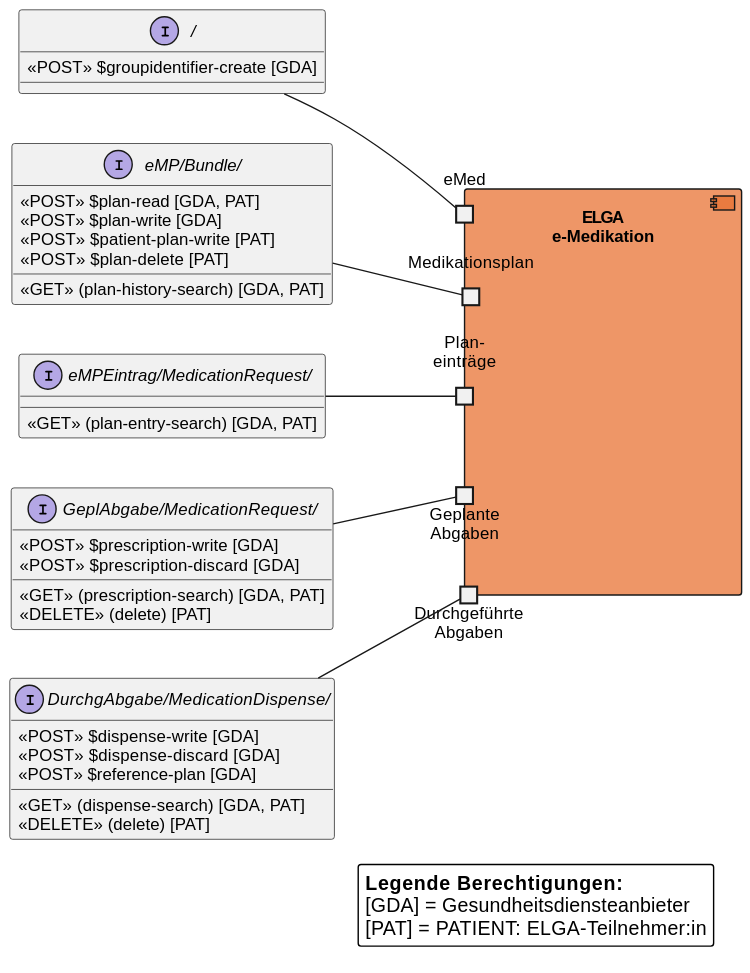
HL7Austria/hl7austria.github.io keeps this PlantUML diagram as r4-ELGA-e-Medikation-main/plantuml/interaction_overview.svg. Above is the earlier version. The source it was exported from:
```plantuml
@startuml
allowmixing




skinparam componentStyle uml2
skinparam packageStyle rectangle

skinparam borderColor #555555
skinparam backgroundColor #FFFFFF
skinparam shadowing false
skinparam roundCorner 4
skinparam defaultFontName "Arial"
skinparam defaultFontSize 12
skinparam defaultFontColor #000000

!define COLOR_EMED_FA  #e97232bd

skinparam component {
  BackgroundColor COLOR_EMED_FA
}

skinparam interface {
}

left to right direction


interface "DurchgAbgabe/MedicationDispense/" as IDurchgAbgabe {
  «GET» (dispense-search) [GDA, PAT]
  «POST» $dispense-write [GDA]
  «POST» $dispense-discard [GDA]
  «POST» $reference-plan [GDA]
  «DELETE» (delete) [PAT]
}

interface "GeplAbgabe/MedicationRequest/" as IGeplAbgabe {
  «GET» (prescription-search) [GDA, PAT]
  «POST» $prescription-write [GDA]
  «POST» $prescription-discard [GDA]
  «DELETE» (delete) [PAT]
}

interface "eMPEintrag/MedicationRequest/" as IPlaneintrag {
  «GET» (plan-entry-search) [GDA, PAT]
}

interface "eMP/Bundle/" as IBundle {
  «GET» (plan-history-search) [GDA, PAT]
  «POST» $plan-read [GDA, PAT]
  «POST» $plan-write [GDA]
  «POST» $patient-plan-write [PAT]
  «POST» $plan-delete [PAT]
}

interface "/" as IEmed {
  «POST» $groupidentifier-create [GDA]
}


component "ELGA\ne-Medikation" as Server {
  port "Durchgeführte\nAbgaben" as p5
  port "Geplante\nAbgaben" as p4
  port "Plan-\neinträge" as p3
  port "Medikationsplan" as p2
  port "eMed" as p1
}


p5 -up- IDurchgAbgabe
p4 -up- IGeplAbgabe
p3 -up- IPlaneintrag
p2 -up- IBundle
p1 -up- IEmed


legend right
  **Legende Berechtigungen:**
  [GDA] = Gesundheitsdiensteanbieter
  [PAT] = PATIENT: ELGA-Teilnehmer:in
end legend



@enduml
```
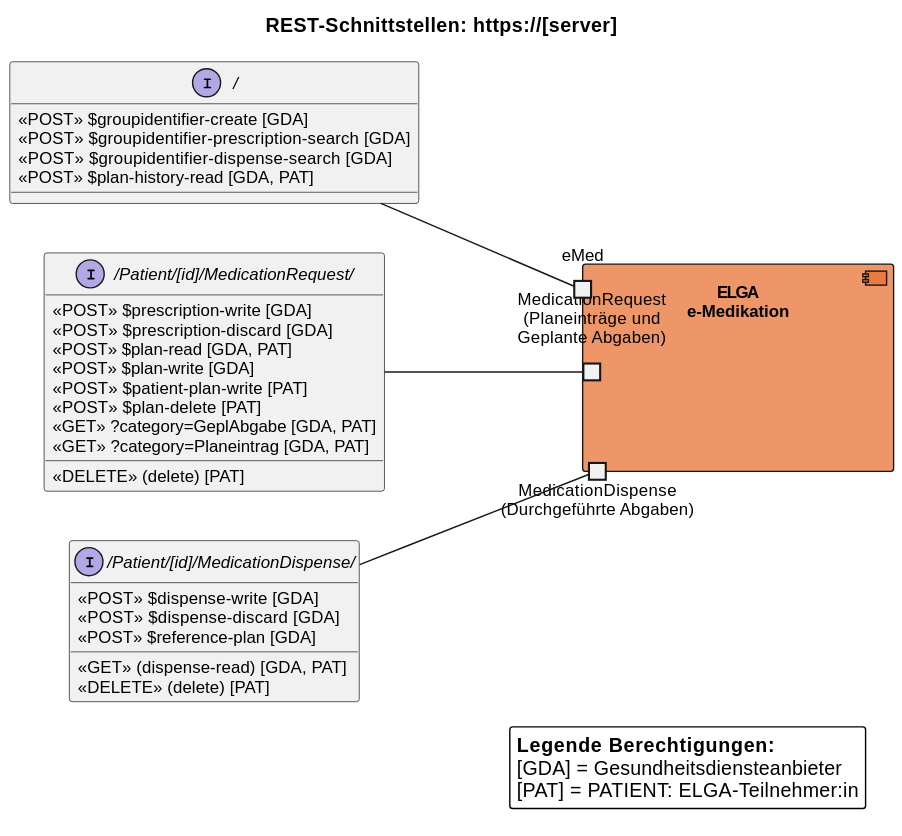
After the change.

What changed in the source:
```diff
@@ -26,52 +26,47 @@
 
 left to right direction
 
+title REST-Schnittstellen: https://[server]
 
-interface "DurchgAbgabe/MedicationDispense/" as IDurchgAbgabe {
-  «GET» (dispense-search) [GDA, PAT]
+interface "/Patient/[id]/MedicationDispense/" as IDurchgAbgabe {
   «POST» $dispense-write [GDA]
   «POST» $dispense-discard [GDA]
   «POST» $reference-plan [GDA]
+  «GET» (dispense-read) [GDA, PAT]
   «DELETE» (delete) [PAT]
 }
 
-interface "GeplAbgabe/MedicationRequest/" as IGeplAbgabe {
-  «GET» (prescription-search) [GDA, PAT]
+interface "/Patient/[id]/MedicationRequest/" as IMedicationRequest {
   «POST» $prescription-write [GDA]
   «POST» $prescription-discard [GDA]
-  «DELETE» (delete) [PAT]
-}
-
-interface "eMPEintrag/MedicationRequest/" as IPlaneintrag {
-  «GET» (plan-entry-search) [GDA, PAT]
-}
-
-interface "eMP/Bundle/" as IBundle {
-  «GET» (plan-history-search) [GDA, PAT]
   «POST» $plan-read [GDA, PAT]
   «POST» $plan-write [GDA]
   «POST» $patient-plan-write [PAT]
   «POST» $plan-delete [PAT]
+  «GET» ?category=GeplAbgabe [GDA, PAT]
+  «GET» ?category=Planeintrag [GDA, PAT]
+  «DELETE» (delete) [PAT]
 }
+
 
 interface "/" as IEmed {
   «POST» $groupidentifier-create [GDA]
+  «POST» $groupidentifier-prescription-search [GDA]
+  «POST» $groupidentifier-dispense-search [GDA]
+  «POST» $plan-history-read [GDA, PAT]
 }
 
 
 component "ELGA\ne-Medikation" as Server {
-  port "Durchgeführte\nAbgaben" as p5
-  port "Geplante\nAbgaben" as p4
-  port "Plan-\neinträge" as p3
-  port "Medikationsplan" as p2
+  port "MedicationDispense\n(Durchgeführte Abgaben)" as p5
+  port "MedicationRequest\n(Planeinträge und\nGeplante Abgaben)" as p4
   port "eMed" as p1
 }
 
 
+
 p5 -up- IDurchgAbgabe
-p4 -up- IGeplAbgabe
-p3 -up- IPlaneintrag
-p2 -up- IBundle
+p4 -up- IMedicationRequest
 p1 -up- IEmed
 
 
```
